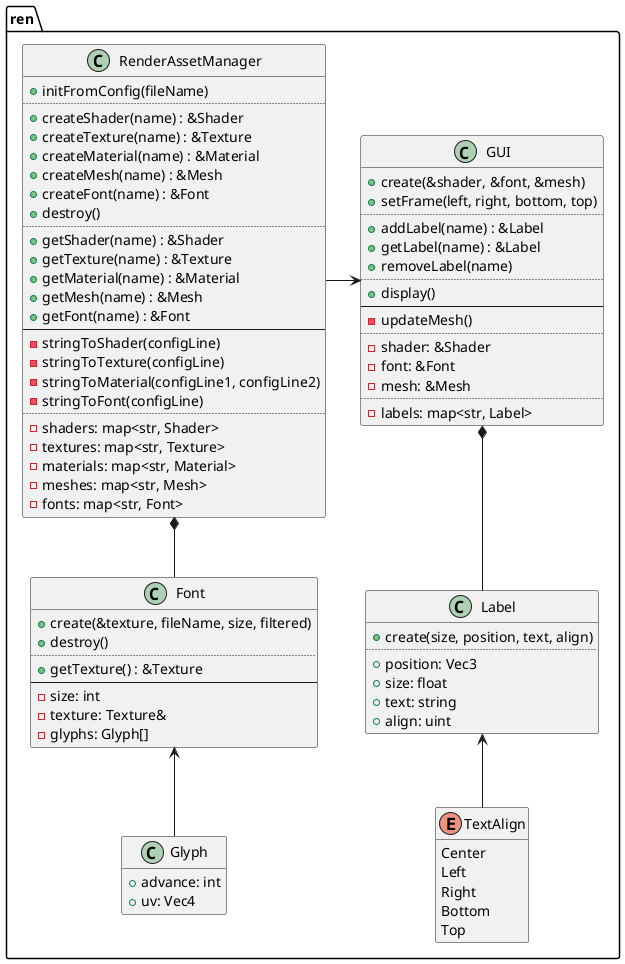
Above: design/label.png in ba6er/marblemaze (PlantUML), before the change.
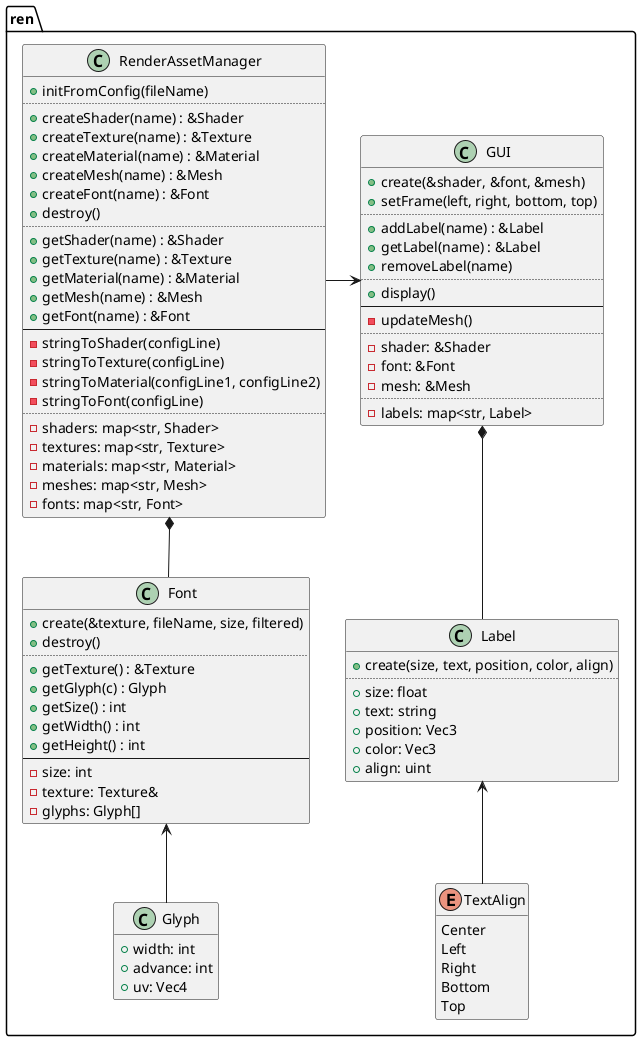
Later version of the same file.

Commit message:
Implemented text rendering

Change to the diagram source:
```diff
@@ -2,6 +2,7 @@
 set separator ::
 
 class ren::Glyph {
+	+width: int
 	+advance: int
 	+uv: Vec4
 }
@@ -12,6 +13,10 @@
 	+destroy()
 	..
 	+getTexture() : &Texture
+	+getGlyph(c) : Glyph
+	+getSize() : int
+	+getWidth() : int
+	+getHeight() : int
 	--
 	-size: int
 	-texture: Texture&
@@ -75,11 +80,12 @@
 hide TextAlign methods
 
 class ren::Label {
-	+create(size, position, text, align)
+	+create(size, text, position, color, align)
 	..
-	+position: Vec3
 	+size: float
 	+text: string
+	+position: Vec3
+	+color: Vec3
 	+align: uint
 }
 
```
